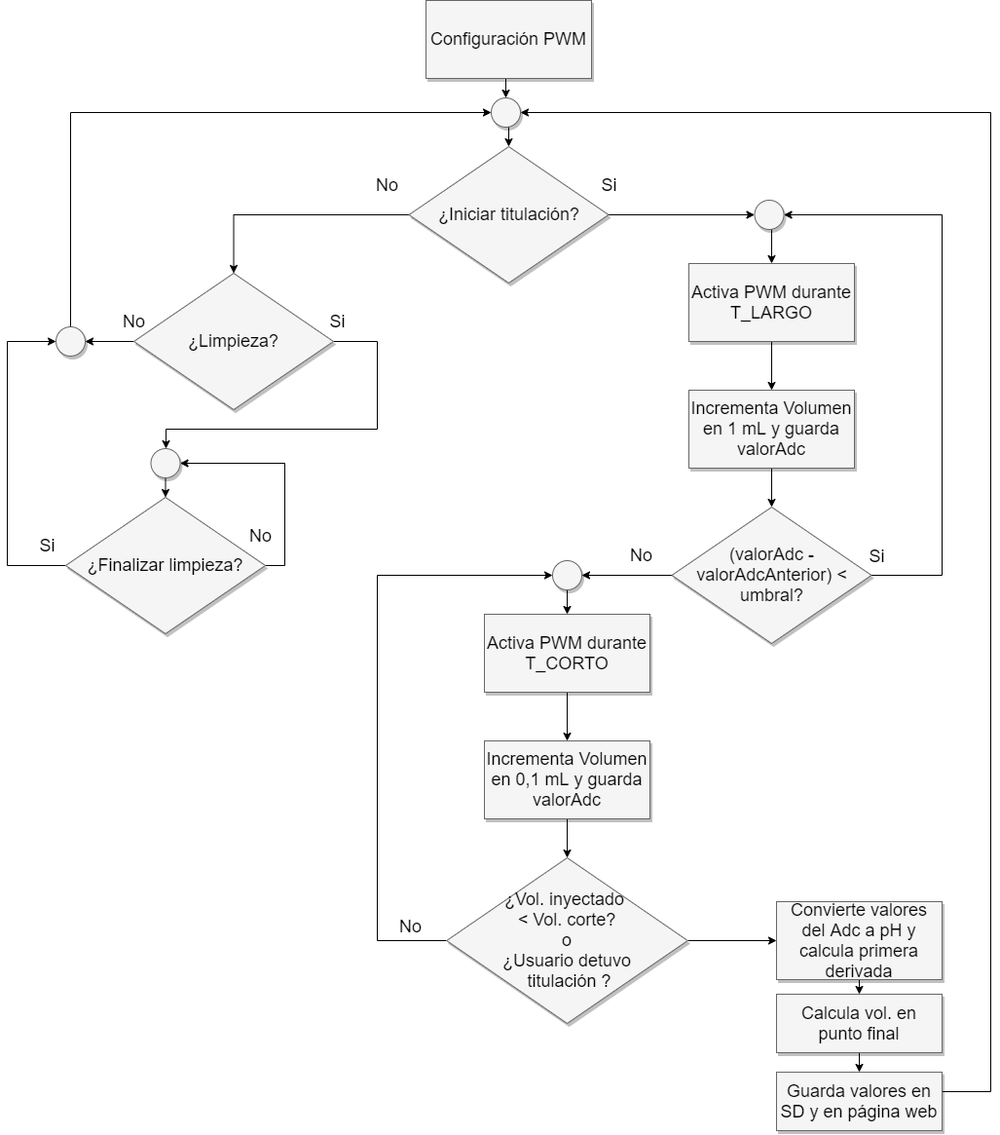
fernandodaniele/Plantilla-memoria keeps this draw.io diagram as Figures/motorBomba.png. Above is the earlier version. Source tidied: cells renumbered, new cells last; positions are measured from the earlier drawing's top-left corner, leaving out a move shared by most shapes.
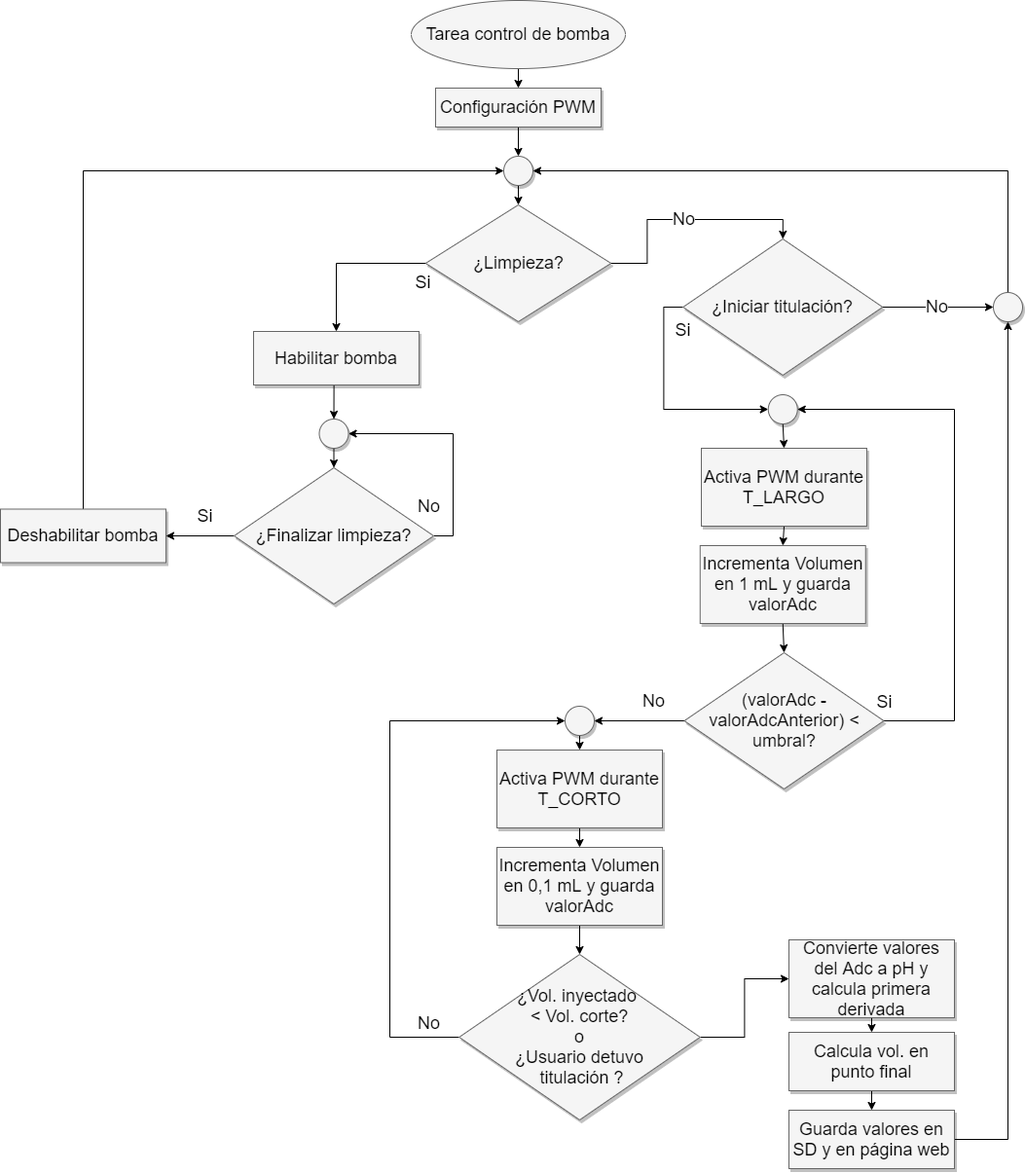
The same diagram one commit later.

The edit, as a diff of the source:
```diff
@@ -6,53 +6,48 @@
       <mxGeometry relative="1" as="geometry" />
     </mxCell>
     <mxCell id="3" value="Configuración PWM" style="whiteSpace=wrap;html=1;shadow=1;fontSize=18;fillColor=#f5f5f5;strokeColor=#666666;" parent="1" vertex="1">
-      <mxGeometry x="430" width="170" height="80" as="geometry" />
+      <mxGeometry x="427" y="50" width="170" height="40" as="geometry" />
     </mxCell>
     <mxCell id="4" style="edgeStyle=orthogonalEdgeStyle;rounded=0;jettySize=auto;html=1;exitX=0.5;exitY=1;exitDx=0;exitDy=0;entryX=0.5;entryY=0;entryDx=0;entryDy=0;fontSize=18;startArrow=none;startFill=0;" parent="1" edge="1" source="5" target="7">
       <mxGeometry relative="1" as="geometry" />
     </mxCell>
     <mxCell id="5" value="Activa PWM durante T_LARGO" style="whiteSpace=wrap;html=1;shadow=1;fontSize=18;fillColor=#f5f5f5;strokeColor=#666666;rounded=1;glass=0;arcSize=0;" parent="1" vertex="1">
-      <mxGeometry x="700" y="270" width="170" height="80" as="geometry" />
+      <mxGeometry x="700" y="420" width="170" height="80" as="geometry" />
     </mxCell>
     <mxCell id="6" style="edgeStyle=orthogonalEdgeStyle;rounded=0;jettySize=auto;html=1;exitX=0.5;exitY=1;exitDx=0;exitDy=0;entryX=0.5;entryY=0;entryDx=0;entryDy=0;fontSize=18;startArrow=none;startFill=0;" parent="1" edge="1" source="7" target="17">
       <mxGeometry relative="1" as="geometry" />
     </mxCell>
     <mxCell id="7" value="Incrementa Volumen en 1 mL y guarda&lt;br style=&quot;font-size: 18px;&quot;&gt;valorAdc" style="whiteSpace=wrap;html=1;shadow=1;fontSize=18;fillColor=#f5f5f5;rounded=1;glass=0;arcSize=0;strokeColor=#666666;" parent="1" vertex="1">
-      <mxGeometry x="700" y="400" width="170" height="80" as="geometry" />
+      <mxGeometry x="698.8" y="520" width="170" height="80" as="geometry" />
     </mxCell>
-    <mxCell id="8" value="&lt;font style=&quot;font-size: 18px;&quot;&gt;No&lt;/font&gt;" style="edgeStyle=orthogonalEdgeStyle;rounded=0;jettySize=auto;html=1;exitX=0;exitY=0.5;exitDx=0;exitDy=0;entryX=0.5;entryY=0;entryDx=0;entryDy=0;fontSize=18;startArrow=none;startFill=0;" parent="1" edge="1" source="10" target="13">
-      <mxGeometry x="-0.81" y="-30" relative="1" as="geometry">
-        <mxPoint x="1" as="offset" />
-      </mxGeometry>
-    </mxCell>
-    <mxCell id="9" value="&lt;font style=&quot;font-size: 18px;&quot;&gt;Si&lt;/font&gt;" style="edgeStyle=orthogonalEdgeStyle;rounded=0;jettySize=auto;html=1;exitX=1;exitY=0.5;exitDx=0;exitDy=0;entryX=0;entryY=0.5;entryDx=0;entryDy=0;fontSize=18;startArrow=none;startFill=0;" parent="1" edge="1" source="10" target="19">
-      <mxGeometry x="-1" y="30" relative="1" as="geometry" />
+    <mxCell id="9" value="&lt;font style=&quot;font-size: 18px&quot;&gt;Si&lt;/font&gt;" style="edgeStyle=orthogonalEdgeStyle;rounded=0;jettySize=auto;html=1;exitX=0;exitY=0.5;exitDx=0;exitDy=0;entryX=0;entryY=0.5;entryDx=0;entryDy=0;" parent="1" edge="1" source="10" target="19">
+      <mxGeometry x="-0.61" y="20" relative="1" as="geometry" />
     </mxCell>
+    <mxCell id="46" value="&lt;font style=&quot;font-size: 18px&quot;&gt;No&lt;/font&gt;" style="edgeStyle=orthogonalEdgeStyle;rounded=0;jettySize=auto;html=1;exitX=1;exitY=0.5;exitDx=0;exitDy=0;entryX=0;entryY=0.5;entryDx=0;entryDy=0;" parent="1" edge="1" source="10" target="45">
+      <mxGeometry relative="1" as="geometry" />
+    </mxCell>
     <mxCell id="10" value="&lt;font style=&quot;font-size: 18px;&quot;&gt;¿Iniciar titulación?&lt;/font&gt;" style="rhombus;whiteSpace=wrap;html=1;rounded=0;glass=0;fontSize=18;shadow=1;fillColor=#F5F5F5;strokeColor=#666666;" parent="1" vertex="1">
-      <mxGeometry x="412.5" y="150" width="205" height="140" as="geometry" />
+      <mxGeometry x="681.2" y="205" width="205" height="140" as="geometry" />
     </mxCell>
-    <mxCell id="11" value="Si" style="edgeStyle=orthogonalEdgeStyle;rounded=0;jettySize=auto;html=1;exitX=1;exitY=0.5;exitDx=0;exitDy=0;fontSize=18;startArrow=none;startFill=0;" parent="1" edge="1" source="13">
+    <mxCell id="11" value="Si" style="edgeStyle=orthogonalEdgeStyle;rounded=0;jettySize=auto;html=1;exitX=0;exitY=0.5;exitDx=0;exitDy=0;fontSize=18;startArrow=none;startFill=0;entryX=0.5;entryY=0;entryDx=0;entryDy=0;" parent="1" edge="1" source="13" target="52">
       <mxGeometry x="-0.97" y="20" relative="1" as="geometry">
-        <mxPoint x="163" y="460" as="targetPoint" />
         <Array as="points">
-          <mxPoint x="380" y="350" />
-          <mxPoint x="380" y="440" />
-          <mxPoint x="163" y="440" />
+          <mxPoint x="325" y="230" />
         </Array>
         <mxPoint x="-1" as="offset" />
       </mxGeometry>
     </mxCell>
-    <mxCell id="12" value="No" style="edgeStyle=orthogonalEdgeStyle;rounded=0;jettySize=auto;html=1;exitX=0;exitY=0.5;exitDx=0;exitDy=0;entryX=1;entryY=0.5;entryDx=0;entryDy=0;fontSize=18;startArrow=none;startFill=0;" parent="1" edge="1" source="13" target="45">
-      <mxGeometry x="-1" y="-20" relative="1" as="geometry" />
-    </mxCell>
+    <mxCell id="47" value="&lt;font style=&quot;font-size: 18px&quot;&gt;No&lt;/font&gt;" style="edgeStyle=orthogonalEdgeStyle;rounded=0;jettySize=auto;html=1;exitX=1;exitY=0.5;exitDx=0;exitDy=0;entryX=0.5;entryY=0;entryDx=0;entryDy=0;" parent="1" edge="1" source="13" target="10">
+      <mxGeometry relative="1" as="geometry" />
+    </mxCell>
     <mxCell id="13" value="&lt;font style=&quot;font-size: 18px;&quot;&gt;¿Limpieza?&lt;/font&gt;" style="rhombus;whiteSpace=wrap;html=1;rounded=0;glass=0;fontSize=18;shadow=1;fillColor=#F5F5F5;strokeColor=#666666;" parent="1" vertex="1">
-      <mxGeometry x="130" y="280" width="205" height="140" as="geometry" />
+      <mxGeometry x="416.8" y="170" width="190.5" height="120" as="geometry" />
     </mxCell>
     <mxCell id="14" style="edgeStyle=orthogonalEdgeStyle;rounded=0;jettySize=auto;html=1;exitX=1;exitY=0.5;exitDx=0;exitDy=0;entryX=1;entryY=0.5;entryDx=0;entryDy=0;fontSize=18;startArrow=none;startFill=0;" parent="1" edge="1" source="17" target="19">
       <mxGeometry relative="1" as="geometry">
         <Array as="points">
-          <mxPoint x="960" y="590" />
-          <mxPoint x="960" y="220" />
+          <mxPoint x="960" y="700" />
+          <mxPoint x="960" y="380" />
         </Array>
       </mxGeometry>
     </mxCell>
@@ -65,31 +60,31 @@
       <mxGeometry x="-0.3" y="-20" relative="1" as="geometry" />
     </mxCell>
     <mxCell id="17" value="&lt;font style=&quot;font-size: 18px;&quot;&gt;(valorAdc - valorAdcAnterior) &amp;lt; umbral?&lt;/font&gt;" style="rhombus;whiteSpace=wrap;html=1;rounded=0;glass=0;fontSize=18;shadow=1;fillColor=#F5F5F5;strokeColor=#666666;" parent="1" vertex="1">
-      <mxGeometry x="682.5" y="520" width="205" height="140" as="geometry" />
+      <mxGeometry x="682.5" y="630" width="205" height="140" as="geometry" />
     </mxCell>
     <mxCell id="18" style="edgeStyle=orthogonalEdgeStyle;rounded=0;jettySize=auto;html=1;exitX=0.5;exitY=1;exitDx=0;exitDy=0;entryX=0.5;entryY=0;entryDx=0;entryDy=0;fontSize=18;startArrow=none;startFill=0;" parent="1" edge="1" source="19" target="5">
       <mxGeometry relative="1" as="geometry" />
     </mxCell>
     <mxCell id="19" style="ellipse;whiteSpace=wrap;html=1;rounded=0;shadow=1;glass=0;fontSize=18;strokeColor=#666666;fillColor=#F5F5F5;" parent="1" vertex="1">
-      <mxGeometry x="767.5" y="205" width="30" height="30" as="geometry" />
+      <mxGeometry x="768.8" y="365" width="30" height="30" as="geometry" />
     </mxCell>
     <mxCell id="20" style="edgeStyle=orthogonalEdgeStyle;rounded=0;jettySize=auto;html=1;exitX=0.5;exitY=1;exitDx=0;exitDy=0;entryX=0.5;entryY=0;entryDx=0;entryDy=0;fontSize=18;startArrow=none;startFill=0;" parent="1" edge="1" source="21" target="23">
       <mxGeometry relative="1" as="geometry" />
     </mxCell>
     <mxCell id="21" value="Activa PWM durante T_CORTO" style="whiteSpace=wrap;html=1;shadow=1;fontSize=18;fillColor=#f5f5f5;strokeColor=#666666;rounded=1;glass=0;arcSize=0;" parent="1" vertex="1">
-      <mxGeometry x="490" y="630" width="170" height="80" as="geometry" />
+      <mxGeometry x="490" y="730" width="170" height="80" as="geometry" />
     </mxCell>
     <mxCell id="22" style="edgeStyle=orthogonalEdgeStyle;rounded=0;jettySize=auto;html=1;exitX=0.5;exitY=1;exitDx=0;exitDy=0;entryX=0.5;entryY=0;entryDx=0;entryDy=0;fontSize=18;startArrow=none;startFill=0;" parent="1" edge="1" source="23" target="27">
       <mxGeometry relative="1" as="geometry" />
     </mxCell>
     <mxCell id="23" value="Incrementa Volumen en 0,1 mL y guarda&lt;br style=&quot;font-size: 18px;&quot;&gt;valorAdc" style="whiteSpace=wrap;html=1;shadow=1;fontSize=18;fillColor=#f5f5f5;rounded=1;glass=0;arcSize=0;strokeColor=#666666;" parent="1" vertex="1">
-      <mxGeometry x="490" y="760" width="170" height="80" as="geometry" />
+      <mxGeometry x="490" y="830" width="170" height="80" as="geometry" />
     </mxCell>
     <mxCell id="24" style="edgeStyle=orthogonalEdgeStyle;rounded=0;jettySize=auto;html=1;exitX=0;exitY=0.5;exitDx=0;exitDy=0;fontSize=18;startArrow=none;startFill=0;entryX=0.5;entryY=1;entryDx=0;entryDy=0;" parent="1" edge="1" source="27" target="29">
       <mxGeometry relative="1" as="geometry">
         <Array as="points">
-          <mxPoint x="380" y="965" />
-          <mxPoint x="380" y="590" />
+          <mxPoint x="380" y="1025" />
+          <mxPoint x="380" y="700" />
         </Array>
       </mxGeometry>
     </mxCell>
@@ -102,13 +97,13 @@
       <mxGeometry relative="1" as="geometry" />
     </mxCell>
     <mxCell id="27" value="&lt;font style=&quot;font-size: 18px&quot;&gt;¿Vol. inyectado &lt;br&gt;&amp;lt; Vol. corte?&lt;br style=&quot;font-size: 18px&quot;&gt;&amp;nbsp;o &lt;br style=&quot;font-size: 18px&quot;&gt;¿Usuario detuvo&lt;br&gt;&amp;nbsp;titulación ?&lt;/font&gt;" style="rhombus;whiteSpace=wrap;html=1;rounded=0;glass=0;fontSize=18;shadow=1;fillColor=#F5F5F5;strokeColor=#666666;" parent="1" vertex="1">
-      <mxGeometry x="451.2" y="880" width="247.5" height="170" as="geometry" />
+      <mxGeometry x="451.2" y="940" width="247.5" height="170" as="geometry" />
     </mxCell>
     <mxCell id="28" style="edgeStyle=orthogonalEdgeStyle;rounded=0;jettySize=auto;html=1;exitX=1;exitY=0.5;exitDx=0;exitDy=0;entryX=0.5;entryY=0;entryDx=0;entryDy=0;fontSize=18;startArrow=none;startFill=0;" parent="1" edge="1" source="29" target="21">
       <mxGeometry relative="1" as="geometry" />
     </mxCell>
     <mxCell id="29" style="ellipse;whiteSpace=wrap;html=1;rounded=0;shadow=1;glass=0;fontSize=18;strokeColor=#666666;fillColor=#F5F5F5;direction=south;" parent="1" vertex="1">
-      <mxGeometry x="560" y="575" width="30" height="30" as="geometry" />
+      <mxGeometry x="560" y="685" width="30" height="30" as="geometry" />
     </mxCell>
     <mxCell id="30" style="edgeStyle=orthogonalEdgeStyle;rounded=0;jettySize=auto;html=1;exitX=0.5;exitY=1;exitDx=0;exitDy=0;entryX=0.5;entryY=0;entryDx=0;entryDy=0;fontSize=18;startArrow=none;startFill=0;" parent="1" edge="1" source="31" target="37">
       <mxGeometry relative="1" as="geometry" />
@@ -116,22 +111,17 @@
     <mxCell id="31" value="Convierte valores del Adc a pH y calcula primera derivada" style="whiteSpace=wrap;html=1;shadow=1;fontSize=18;fillColor=#f5f5f5;rounded=1;glass=0;arcSize=0;strokeColor=#666666;" parent="1" vertex="1">
       <mxGeometry x="790" y="925" width="170" height="80" as="geometry" />
     </mxCell>
-    <mxCell id="32" style="edgeStyle=orthogonalEdgeStyle;rounded=0;jettySize=auto;html=1;exitX=1;exitY=0.5;exitDx=0;exitDy=0;entryX=1;entryY=0.5;entryDx=0;entryDy=0;fontSize=18;startArrow=none;startFill=0;" parent="1" edge="1" source="33" target="35">
-      <mxGeometry relative="1" as="geometry">
-        <Array as="points">
-          <mxPoint x="1010" y="1120" />
-          <mxPoint x="1010" y="115" />
-        </Array>
-      </mxGeometry>
-    </mxCell>
+    <mxCell id="48" style="edgeStyle=orthogonalEdgeStyle;rounded=0;jettySize=auto;html=1;exitX=1;exitY=0.5;exitDx=0;exitDy=0;entryX=0.5;entryY=1;entryDx=0;entryDy=0;" parent="1" edge="1" source="33" target="45">
+      <mxGeometry relative="1" as="geometry" />
+    </mxCell>
     <mxCell id="33" value="Guarda valores en SD y en página web" style="whiteSpace=wrap;html=1;shadow=1;fontSize=18;fillColor=#f5f5f5;rounded=1;glass=0;arcSize=0;strokeColor=#666666;" parent="1" vertex="1">
       <mxGeometry x="790" y="1100" width="170" height="60" as="geometry" />
     </mxCell>
-    <mxCell id="34" style="edgeStyle=orthogonalEdgeStyle;rounded=0;jettySize=auto;html=1;exitX=0.5;exitY=1;exitDx=0;exitDy=0;entryX=0.5;entryY=0;entryDx=0;entryDy=0;fontSize=18;startArrow=none;startFill=0;" parent="1" edge="1" source="35" target="10">
-      <mxGeometry relative="1" as="geometry" />
-    </mxCell>
+    <mxCell id="49" style="edgeStyle=orthogonalEdgeStyle;rounded=0;jettySize=auto;html=1;exitX=0.5;exitY=1;exitDx=0;exitDy=0;entryX=0.5;entryY=0;entryDx=0;entryDy=0;" parent="1" edge="1" source="35" target="13">
+      <mxGeometry relative="1" as="geometry" />
+    </mxCell>
     <mxCell id="35" style="ellipse;whiteSpace=wrap;html=1;rounded=0;shadow=1;glass=0;fontSize=18;strokeColor=#666666;fillColor=#F5F5F5;" parent="1" vertex="1">
-      <mxGeometry x="497" y="100" width="30" height="30" as="geometry" />
+      <mxGeometry x="497" y="120" width="30" height="30" as="geometry" />
     </mxCell>
     <mxCell id="36" style="edgeStyle=orthogonalEdgeStyle;rounded=0;jettySize=auto;html=1;exitX=0.5;exitY=1;exitDx=0;exitDy=0;entryX=0.5;entryY=0;entryDx=0;entryDy=0;fontSize=18;startArrow=none;startFill=0;" parent="1" edge="1" source="37" target="33">
       <mxGeometry relative="1" as="geometry" />
@@ -142,33 +132,47 @@
     <mxCell id="38" value="No" style="edgeStyle=orthogonalEdgeStyle;rounded=0;jettySize=auto;html=1;exitX=1;exitY=0.5;exitDx=0;exitDy=0;entryX=1;entryY=0.5;entryDx=0;entryDy=0;fontSize=18;startArrow=none;startFill=0;" parent="1" edge="1" source="41" target="43">
       <mxGeometry x="-0.57" y="25" relative="1" as="geometry" />
     </mxCell>
-    <mxCell id="39" style="edgeStyle=orthogonalEdgeStyle;rounded=0;jettySize=auto;html=1;exitX=0;exitY=0.5;exitDx=0;exitDy=0;fontSize=18;startArrow=none;startFill=0;entryX=0;entryY=0.5;entryDx=0;entryDy=0;" parent="1" edge="1" source="41" target="45">
-      <mxGeometry relative="1" as="geometry">
-        <Array as="points">
-          <mxPoint y="580" />
-          <mxPoint y="350" />
-        </Array>
-      </mxGeometry>
-    </mxCell>
-    <mxCell id="40" value="Si" style="edgeLabel;html=1;align=center;verticalAlign=middle;fontSize=18;" parent="39" vertex="1">
-      <mxGeometry x="-0.34" y="1" relative="1" as="geometry">
-        <mxPoint x="41" y="31" as="offset" />
-      </mxGeometry>
-    </mxCell>
+    <mxCell id="50" value="&lt;font style=&quot;font-size: 18px&quot;&gt;Si&lt;/font&gt;" style="edgeStyle=orthogonalEdgeStyle;rounded=0;jettySize=auto;html=1;exitX=0;exitY=0.5;exitDx=0;exitDy=0;entryX=1;entryY=0.5;entryDx=0;entryDy=0;" parent="1" edge="1" source="41" target="54">
+      <mxGeometry x="-0.14" y="-20" relative="1" as="geometry" />
+    </mxCell>
     <mxCell id="41" value="&lt;font style=&quot;font-size: 18px&quot;&gt;¿Finalizar limpieza?&lt;/font&gt;" style="rhombus;whiteSpace=wrap;html=1;rounded=0;glass=0;fontSize=18;shadow=1;fillColor=#F5F5F5;strokeColor=#666666;" parent="1" vertex="1">
-      <mxGeometry x="60" y="510" width="205" height="140" as="geometry" />
+      <mxGeometry x="220" y="440" width="205" height="140" as="geometry" />
     </mxCell>
     <mxCell id="42" style="edgeStyle=orthogonalEdgeStyle;rounded=0;jettySize=auto;html=1;exitX=0.5;exitY=1;exitDx=0;exitDy=0;entryX=0.5;entryY=0;entryDx=0;entryDy=0;fontSize=18;startArrow=none;startFill=0;" parent="1" edge="1" source="43" target="41">
       <mxGeometry relative="1" as="geometry" />
     </mxCell>
     <mxCell id="43" style="ellipse;whiteSpace=wrap;html=1;rounded=0;shadow=1;glass=0;fontSize=18;strokeColor=#666666;fillColor=#F5F5F5;" parent="1" vertex="1">
-      <mxGeometry x="147.5" y="460" width="30" height="30" as="geometry" />
+      <mxGeometry x="307.5" y="390" width="30" height="30" as="geometry" />
     </mxCell>
-    <mxCell id="44" style="edgeStyle=orthogonalEdgeStyle;rounded=0;jettySize=auto;html=1;exitX=0.5;exitY=0;exitDx=0;exitDy=0;entryX=0;entryY=0.5;entryDx=0;entryDy=0;fontSize=18;startArrow=none;startFill=0;" parent="1" edge="1" source="45" target="35">
+    <mxCell id="44" style="edgeStyle=orthogonalEdgeStyle;rounded=0;jettySize=auto;html=1;exitX=0.5;exitY=0;exitDx=0;exitDy=0;entryX=1;entryY=0.5;entryDx=0;entryDy=0;" parent="1" edge="1" source="45" target="35">
       <mxGeometry relative="1" as="geometry" />
     </mxCell>
     <mxCell id="45" style="ellipse;whiteSpace=wrap;html=1;rounded=0;shadow=1;glass=0;fontSize=18;strokeColor=#666666;fillColor=#F5F5F5;" parent="1" vertex="1">
-      <mxGeometry x="50" y="335" width="30" height="30" as="geometry" />
+      <mxGeometry x="1000" y="260" width="30" height="30" as="geometry" />
     </mxCell>
+    <mxCell id="51" style="edgeStyle=orthogonalEdgeStyle;rounded=0;jettySize=auto;html=1;exitX=0.5;exitY=1;exitDx=0;exitDy=0;entryX=0.5;entryY=0;entryDx=0;entryDy=0;" parent="1" edge="1" source="52" target="43">
+      <mxGeometry relative="1" as="geometry" />
+    </mxCell>
+    <mxCell id="52" value="Habilitar bomba" style="whiteSpace=wrap;html=1;shadow=1;fontSize=18;fillColor=#f5f5f5;strokeColor=#666666;" parent="1" vertex="1">
+      <mxGeometry x="240" y="300" width="170" height="55" as="geometry" />
+    </mxCell>
+    <mxCell id="53" style="edgeStyle=orthogonalEdgeStyle;rounded=0;jettySize=auto;html=1;exitX=0.5;exitY=0;exitDx=0;exitDy=0;entryX=0;entryY=0.5;entryDx=0;entryDy=0;" parent="1" edge="1" source="54" target="35">
+      <mxGeometry relative="1" as="geometry" />
+    </mxCell>
+    <mxCell id="54" value="Deshabilitar bomba" style="whiteSpace=wrap;html=1;shadow=1;fontSize=18;fillColor=#f5f5f5;strokeColor=#666666;" parent="1" vertex="1">
+      <mxGeometry x="-20" y="482.5" width="170" height="55" as="geometry" />
+    </mxCell>
+    <mxCell id="55" style="edgeStyle=orthogonalEdgeStyle;rounded=0;orthogonalLoop=1;jettySize=auto;html=1;exitX=0.5;exitY=1;exitDx=0;exitDy=0;" parent="1" edge="1" source="10" target="10">
+      <mxGeometry relative="1" as="geometry" />
+    </mxCell>
+    <mxCell id="56" style="edgeStyle=orthogonalEdgeStyle;rounded=0;orthogonalLoop=1;jettySize=auto;html=1;exitX=0.5;exitY=1;exitDx=0;exitDy=0;" parent="1" edge="1" source="10" target="10">
+      <mxGeometry relative="1" as="geometry" />
+    </mxCell>
+    <mxCell id="57" style="edgeStyle=orthogonalEdgeStyle;rounded=0;jettySize=auto;html=1;exitX=0.5;exitY=1;exitDx=0;exitDy=0;entryX=0.5;entryY=0;entryDx=0;entryDy=0;" parent="1" edge="1" source="58" target="3">
+      <mxGeometry relative="1" as="geometry" />
+    </mxCell>
+    <mxCell id="58" value="&lt;font style=&quot;font-size: 18px&quot;&gt;Tarea control de bomba&lt;/font&gt;" style="ellipse;whiteSpace=wrap;html=1;strokeColor=#666666;fillColor=#F5F5F5;" parent="1" vertex="1">
+      <mxGeometry x="402" y="-40" width="220" height="70" as="geometry" />
+    </mxCell>
   </root>
 </mxGraphModel>
```
